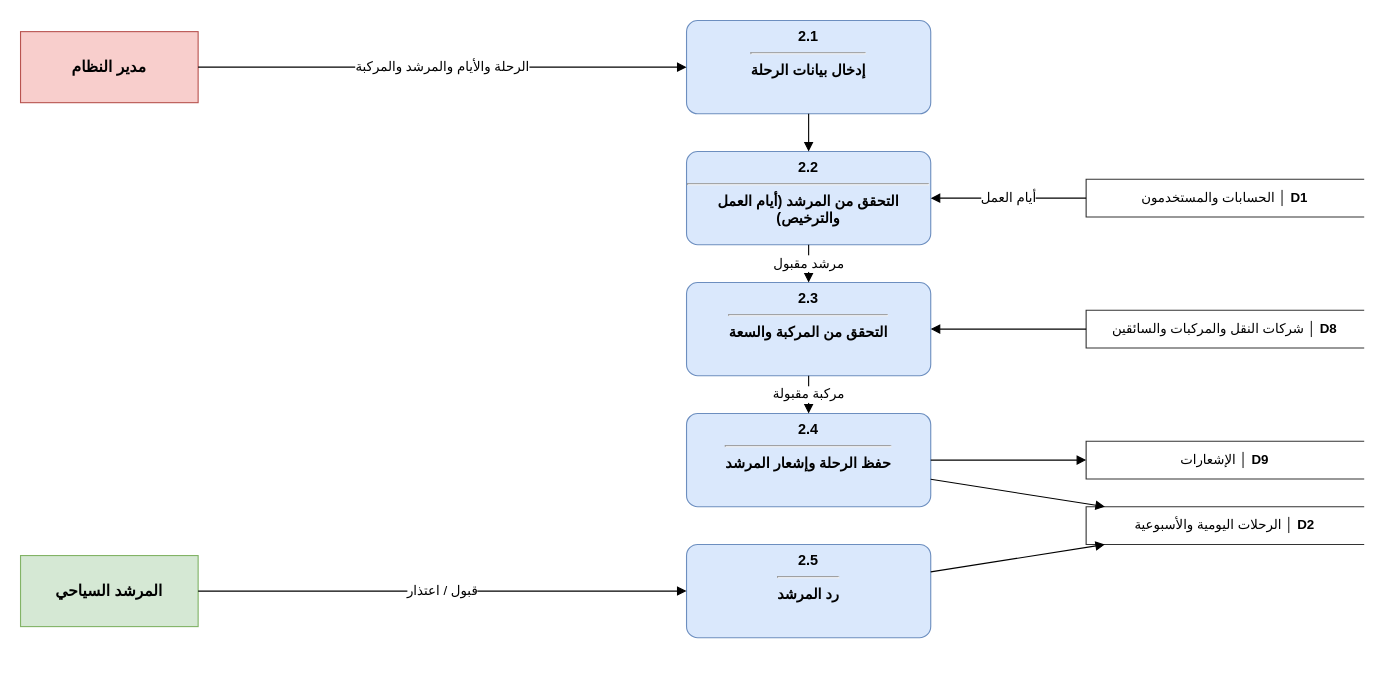
Before: مخططات_التحليل_drawio/dfd12_trips.drawio in masara-prog/Delni-project, a draw.io diagram. Source tidied: cells renumbered, new cells numbered last; positions are measured from the earlier drawing's top-left corner, leaving out a move shared by most shapes. Both pictures are drawn from the tidied source at 111%, with x=0, y=0 at pixel (20, 20).
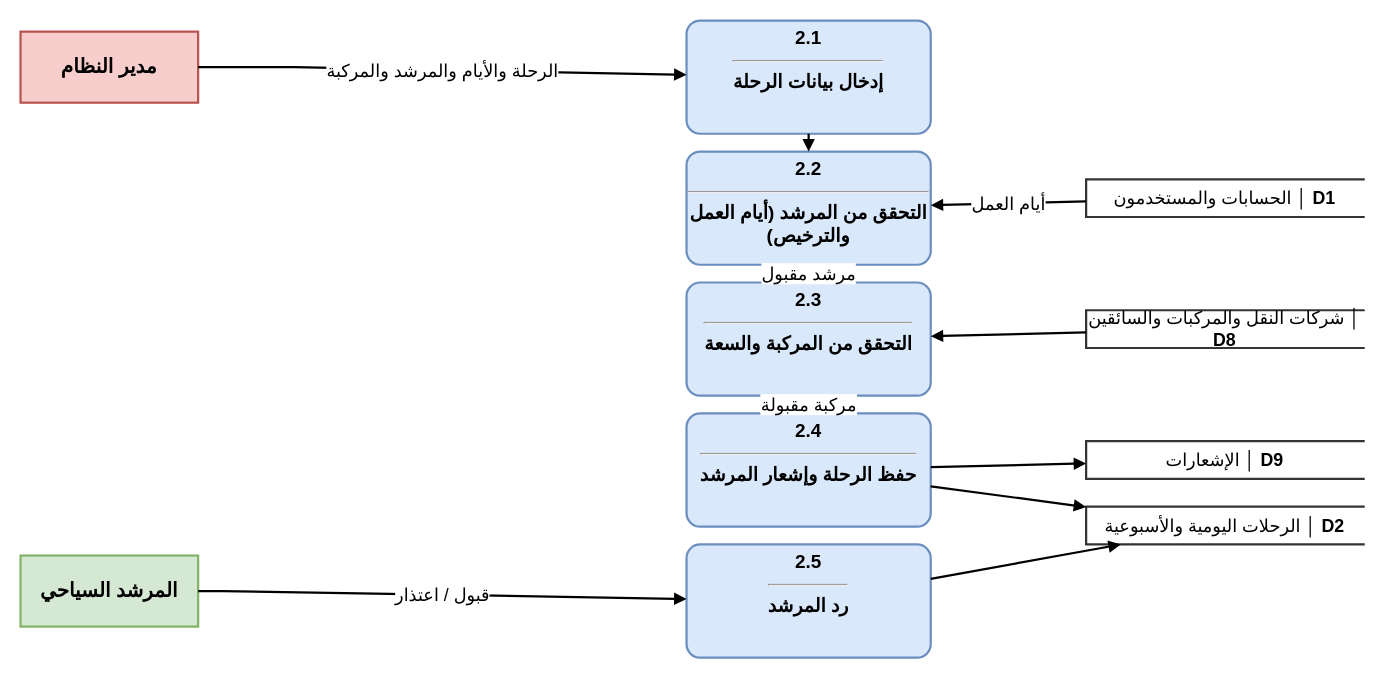
Above is the later version.

The edit, as a diff of the source:
```diff
@@
-    <mxCell id="2" value="&lt;b&gt;2.1&lt;/b&gt;&lt;hr&gt;إدخال بيانات الرحلة" style="rounded=1;arcSize=12;verticalAlign=top;html=1;whiteSpace=wrap;fontFamily=Arial;fontSize=13;fontStyle=1;fillColor=#dae8fc;strokeColor=#6c8ebf;" parent="1" vertex="1">
-      <mxGeometry x="600" width="220" height="84" as="geometry" />
+    <mxCell id="2" value="&lt;b&gt;2.1&lt;/b&gt;&lt;hr&gt;إدخال بيانات الرحلة" style="rounded=1;arcSize=12;verticalAlign=top;html=1;whiteSpace=wrap;fontFamily=Arial;fontSize=17;fontStyle=1;fillColor=#dae8fc;strokeColor=#6c8ebf;strokeWidth=2;" parent="1" vertex="1">
+      <mxGeometry x="600" width="220" height="102" as="geometry" />
     </mxCell>
-    <mxCell id="3" value="&lt;b&gt;2.2&lt;/b&gt;&lt;hr&gt;التحقق من المرشد (أيام العمل والترخيص)" style="rounded=1;arcSize=12;verticalAlign=top;html=1;whiteSpace=wrap;fontFamily=Arial;fontSize=13;fontStyle=1;fillColor=#dae8fc;strokeColor=#6c8ebf;" parent="1" vertex="1">
-      <mxGeometry x="600" y="118" width="220" height="84" as="geometry" />
+    <mxCell id="3" value="&lt;b&gt;2.2&lt;/b&gt;&lt;hr&gt;التحقق من المرشد (أيام العمل والترخيص)" style="rounded=1;arcSize=12;verticalAlign=top;html=1;whiteSpace=wrap;fontFamily=Arial;fontSize=17;fontStyle=1;fillColor=#dae8fc;strokeColor=#6c8ebf;strokeWidth=2;" parent="1" vertex="1">
+      <mxGeometry x="600" y="118" width="220" height="102" as="geometry" />
     </mxCell>
-    <mxCell id="4" value="&lt;b&gt;2.3&lt;/b&gt;&lt;hr&gt;التحقق من المركبة والسعة" style="rounded=1;arcSize=12;verticalAlign=top;html=1;whiteSpace=wrap;fontFamily=Arial;fontSize=13;fontStyle=1;fillColor=#dae8fc;strokeColor=#6c8ebf;" parent="1" vertex="1">
-      <mxGeometry x="600" y="236" width="220" height="84" as="geometry" />
+    <mxCell id="4" value="&lt;b&gt;2.3&lt;/b&gt;&lt;hr&gt;التحقق من المركبة والسعة" style="rounded=1;arcSize=12;verticalAlign=top;html=1;whiteSpace=wrap;fontFamily=Arial;fontSize=17;fontStyle=1;fillColor=#dae8fc;strokeColor=#6c8ebf;strokeWidth=2;" parent="1" vertex="1">
+      <mxGeometry x="600" y="236" width="220" height="102" as="geometry" />
     </mxCell>
-    <mxCell id="5" value="&lt;b&gt;2.4&lt;/b&gt;&lt;hr&gt;حفظ الرحلة وإشعار المرشد" style="rounded=1;arcSize=12;verticalAlign=top;html=1;whiteSpace=wrap;fontFamily=Arial;fontSize=13;fontStyle=1;fillColor=#dae8fc;strokeColor=#6c8ebf;" parent="1" vertex="1">
-      <mxGeometry x="600" y="354" width="220" height="84" as="geometry" />
+    <mxCell id="5" value="&lt;b&gt;2.4&lt;/b&gt;&lt;hr&gt;حفظ الرحلة وإشعار المرشد" style="rounded=1;arcSize=12;verticalAlign=top;html=1;whiteSpace=wrap;fontFamily=Arial;fontSize=17;fontStyle=1;fillColor=#dae8fc;strokeColor=#6c8ebf;strokeWidth=2;" parent="1" vertex="1">
+      <mxGeometry x="600" y="354" width="220" height="102" as="geometry" />
     </mxCell>
-    <mxCell id="6" value="&lt;b&gt;2.5&lt;/b&gt;&lt;hr&gt;رد المرشد" style="rounded=1;arcSize=12;verticalAlign=top;html=1;whiteSpace=wrap;fontFamily=Arial;fontSize=13;fontStyle=1;fillColor=#dae8fc;strokeColor=#6c8ebf;" parent="1" vertex="1">
-      <mxGeometry x="600" y="472" width="220" height="84" as="geometry" />
+    <mxCell id="6" value="&lt;b&gt;2.5&lt;/b&gt;&lt;hr&gt;رد المرشد" style="rounded=1;arcSize=12;verticalAlign=top;html=1;whiteSpace=wrap;fontFamily=Arial;fontSize=17;fontStyle=1;fillColor=#dae8fc;strokeColor=#6c8ebf;strokeWidth=2;" parent="1" vertex="1">
+      <mxGeometry x="600" y="472" width="220" height="102" as="geometry" />
     </mxCell>
-    <mxCell id="7" value="مدير النظام" style="rounded=0;html=1;whiteSpace=wrap;fontFamily=Arial;fontSize=14;fontStyle=1;fillColor=#f8cecc;strokeColor=#b85450;" parent="1" vertex="1">
+    <mxCell id="7" value="مدير النظام" style="rounded=0;html=1;whiteSpace=wrap;fontFamily=Arial;fontSize=18;fontStyle=1;fillColor=#f8cecc;strokeColor=#b85450;strokeWidth=2;" parent="1" vertex="1">
       <mxGeometry y="10" width="160" height="64" as="geometry" />
     </mxCell>
-    <mxCell id="8" value="المرشد السياحي" style="rounded=0;html=1;whiteSpace=wrap;fontFamily=Arial;fontSize=14;fontStyle=1;fillColor=#d5e8d4;strokeColor=#82b366;" parent="1" vertex="1">
+    <mxCell id="8" value="المرشد السياحي" style="rounded=0;html=1;whiteSpace=wrap;fontFamily=Arial;fontSize=18;fontStyle=1;fillColor=#d5e8d4;strokeColor=#82b366;strokeWidth=2;" parent="1" vertex="1">
       <mxGeometry y="482" width="160" height="64" as="geometry" />
     </mxCell>
-    <mxCell id="9" value="الحسابات والمستخدمون  │ &lt;b&gt;D1&lt;/b&gt;" style="shape=partialRectangle;right=0;align=center;html=1;whiteSpace=wrap;fontFamily=Arial;fontSize=12;fontStyle=0;fillColor=#ffffff;strokeColor=#333333;" parent="1" vertex="1">
+    <mxCell id="9" value="الحسابات والمستخدمون  │ &lt;b&gt;D1&lt;/b&gt;" style="shape=partialRectangle;right=0;align=center;html=1;whiteSpace=wrap;fontFamily=Arial;fontSize=16;fontStyle=0;fillColor=#ffffff;strokeColor=#333333;strokeWidth=2;" parent="1" vertex="1">
       <mxGeometry x="960" y="143" width="250" height="34" as="geometry" />
     </mxCell>
-    <mxCell id="10" value="شركات النقل والمركبات والسائقين  │ &lt;b&gt;D8&lt;/b&gt;" style="shape=partialRectangle;right=0;align=center;html=1;whiteSpace=wrap;fontFamily=Arial;fontSize=12;fontStyle=0;fillColor=#ffffff;strokeColor=#333333;" parent="1" vertex="1">
+    <mxCell id="10" value="شركات النقل والمركبات والسائقين  │ &lt;b&gt;D8&lt;/b&gt;" style="shape=partialRectangle;right=0;align=center;html=1;whiteSpace=wrap;fontFamily=Arial;fontSize=16;fontStyle=0;fillColor=#ffffff;strokeColor=#333333;strokeWidth=2;" parent="1" vertex="1">
       <mxGeometry x="960" y="261" width="250" height="34" as="geometry" />
     </mxCell>
-    <mxCell id="11" value="الإشعارات  │ &lt;b&gt;D9&lt;/b&gt;" style="shape=partialRectangle;right=0;align=center;html=1;whiteSpace=wrap;fontFamily=Arial;fontSize=12;fontStyle=0;fillColor=#ffffff;strokeColor=#333333;" parent="1" vertex="1">
+    <mxCell id="11" value="الإشعارات  │ &lt;b&gt;D9&lt;/b&gt;" style="shape=partialRectangle;right=0;align=center;html=1;whiteSpace=wrap;fontFamily=Arial;fontSize=16;fontStyle=0;fillColor=#ffffff;strokeColor=#333333;strokeWidth=2;" parent="1" vertex="1">
       <mxGeometry x="960" y="379" width="250" height="34" as="geometry" />
     </mxCell>
-    <mxCell id="12" value="الرحلات اليومية والأسبوعية  │ &lt;b&gt;D2&lt;/b&gt;" style="shape=partialRectangle;right=0;align=center;html=1;whiteSpace=wrap;fontFamily=Arial;fontSize=12;fontStyle=0;fillColor=#ffffff;strokeColor=#333333;" parent="1" vertex="1">
+    <mxCell id="12" value="الرحلات اليومية والأسبوعية  │ &lt;b&gt;D2&lt;/b&gt;" style="shape=partialRectangle;right=0;align=center;html=1;whiteSpace=wrap;fontFamily=Arial;fontSize=16;fontStyle=0;fillColor=#ffffff;strokeColor=#333333;strokeWidth=2;" parent="1" vertex="1">
       <mxGeometry x="960" y="438" width="250" height="34" as="geometry" />
     </mxCell>
-    <mxCell id="13" value="الرحلة والأيام والمرشد والمركبة" style="endArrow=block;endFill=1;html=1;rounded=0;fontFamily=Arial;fontSize=12;labelBackgroundColor=#ffffff;" parent="1" edge="1" source="7" target="2">
+    <mxCell id="13" value="الرحلة والأيام والمرشد والمركبة" style="endArrow=block;endFill=1;html=1;rounded=0;fontFamily=Arial;fontSize=16;labelBackgroundColor=#ffffff;strokeWidth=2;" parent="1" edge="1" source="7" target="2">
       <mxGeometry relative="1" as="geometry">
         <Array as="points">
           <mxPoint x="247" y="42" />
           <mxPoint x="247" y="42" />
         </Array>
       </mxGeometry>
     </mxCell>
-    <mxCell id="14" style="endArrow=block;endFill=1;html=1;rounded=0;fontFamily=Arial;fontSize=12;labelBackgroundColor=#ffffff;" parent="1" edge="1" source="2" target="3">
+    <mxCell id="14" style="endArrow=block;endFill=1;html=1;rounded=0;fontFamily=Arial;fontSize=16;labelBackgroundColor=#ffffff;strokeWidth=2;" parent="1" edge="1" source="2" target="3">
       <mxGeometry relative="1" as="geometry" />
     </mxCell>
-    <mxCell id="15" value="مرشد مقبول" style="endArrow=block;endFill=1;html=1;rounded=0;fontFamily=Arial;fontSize=12;labelBackgroundColor=#ffffff;" parent="1" edge="1" source="3" target="4">
+    <mxCell id="15" value="مرشد مقبول" style="endArrow=block;endFill=1;html=1;rounded=0;fontFamily=Arial;fontSize=16;labelBackgroundColor=#ffffff;strokeWidth=2;" parent="1" edge="1" source="3" target="4">
       <mxGeometry relative="1" as="geometry" />
     </mxCell>
-    <mxCell id="16" value="مركبة مقبولة" style="endArrow=block;endFill=1;html=1;rounded=0;fontFamily=Arial;fontSize=12;labelBackgroundColor=#ffffff;" parent="1" edge="1" source="4" target="5">
+    <mxCell id="16" value="مركبة مقبولة" style="endArrow=block;endFill=1;html=1;rounded=0;fontFamily=Arial;fontSize=16;labelBackgroundColor=#ffffff;strokeWidth=2;" parent="1" edge="1" source="4" target="5">
       <mxGeometry relative="1" as="geometry" />
     </mxCell>
-    <mxCell id="17" value="أيام العمل" style="endArrow=block;endFill=1;html=1;rounded=0;fontFamily=Arial;fontSize=12;labelBackgroundColor=#ffffff;" parent="1" edge="1" source="9" target="3">
+    <mxCell id="17" value="أيام العمل" style="endArrow=block;endFill=1;html=1;rounded=0;fontFamily=Arial;fontSize=16;labelBackgroundColor=#ffffff;strokeWidth=2;" parent="1" edge="1" source="9" target="3">
       <mxGeometry relative="1" as="geometry" />
     </mxCell>
-    <mxCell id="18" style="endArrow=block;endFill=1;html=1;rounded=0;fontFamily=Arial;fontSize=12;labelBackgroundColor=#ffffff;" parent="1" edge="1" source="10" target="4">
+    <mxCell id="18" style="endArrow=block;endFill=1;html=1;rounded=0;fontFamily=Arial;fontSize=16;labelBackgroundColor=#ffffff;strokeWidth=2;" parent="1" edge="1" source="10" target="4">
       <mxGeometry relative="1" as="geometry" />
     </mxCell>
-    <mxCell id="19" style="endArrow=block;endFill=1;html=1;rounded=0;fontFamily=Arial;fontSize=12;labelBackgroundColor=#ffffff;" parent="1" edge="1" source="5" target="12">
+    <mxCell id="19" style="endArrow=block;endFill=1;html=1;rounded=0;fontFamily=Arial;fontSize=16;labelBackgroundColor=#ffffff;strokeWidth=2;" parent="1" edge="1" source="5" target="12">
       <mxGeometry relative="1" as="geometry" />
     </mxCell>
-    <mxCell id="20" style="endArrow=block;endFill=1;html=1;rounded=0;fontFamily=Arial;fontSize=12;labelBackgroundColor=#ffffff;" parent="1" edge="1" source="5" target="11">
+    <mxCell id="20" style="endArrow=block;endFill=1;html=1;rounded=0;fontFamily=Arial;fontSize=16;labelBackgroundColor=#ffffff;strokeWidth=2;" parent="1" edge="1" source="5" target="11">
       <mxGeometry relative="1" as="geometry" />
     </mxCell>
-    <mxCell id="21" value="قبول / اعتذار" style="endArrow=block;endFill=1;html=1;rounded=0;fontFamily=Arial;fontSize=12;labelBackgroundColor=#ffffff;" parent="1" edge="1" source="8" target="6">
+    <mxCell id="21" value="قبول / اعتذار" style="endArrow=block;endFill=1;html=1;rounded=0;fontFamily=Arial;fontSize=16;labelBackgroundColor=#ffffff;strokeWidth=2;" parent="1" edge="1" source="8" target="6">
       <mxGeometry relative="1" as="geometry">
         <Array as="points">
           <mxPoint x="182" y="514" />
           <mxPoint x="182" y="514" />
         </Array>
       </mxGeometry>
     </mxCell>
-    <mxCell id="22" style="endArrow=block;endFill=1;html=1;rounded=0;fontFamily=Arial;fontSize=12;labelBackgroundColor=#ffffff;" parent="1" edge="1" source="6" target="12">
+    <mxCell id="22" style="endArrow=block;endFill=1;html=1;rounded=0;fontFamily=Arial;fontSize=16;labelBackgroundColor=#ffffff;strokeWidth=2;" parent="1" edge="1" source="6" target="12">
       <mxGeometry relative="1" as="geometry" />
     </mxCell>
```
